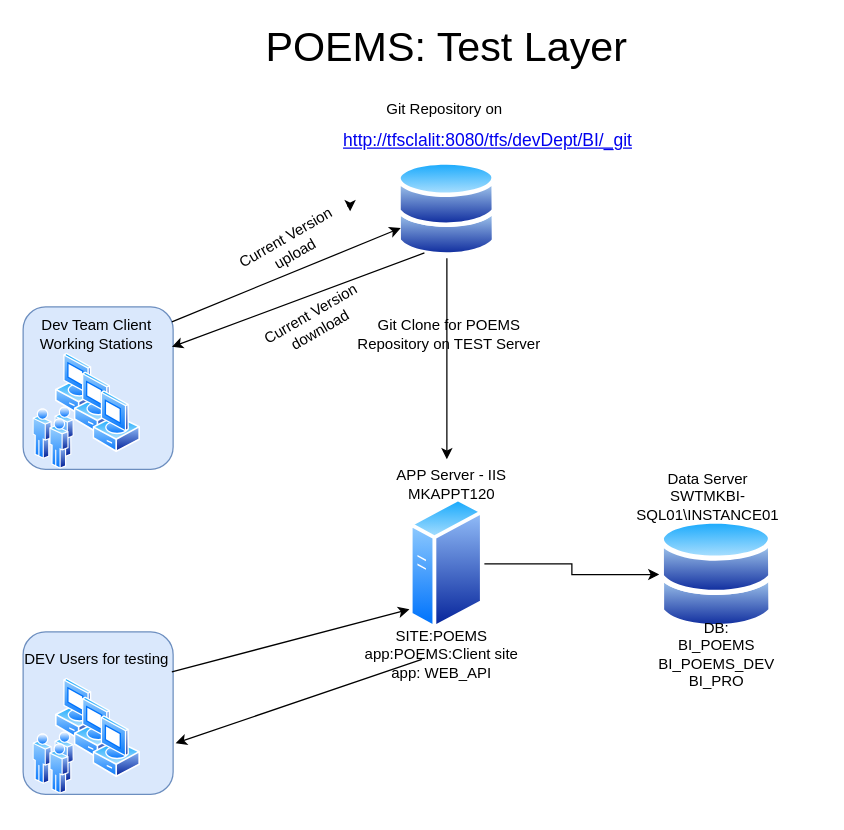
itaybaran/drawing keeps this draw.io diagram as poems_test.drawio. Above is the earlier version. Source tidied: cells renumbered, new cells numbered last; positions are measured from the earlier drawing's top-left corner, leaving out a move shared by most shapes. Both pictures are drawn from the tidied source at 125%, with x=0, y=0 at pixel (21, 34).
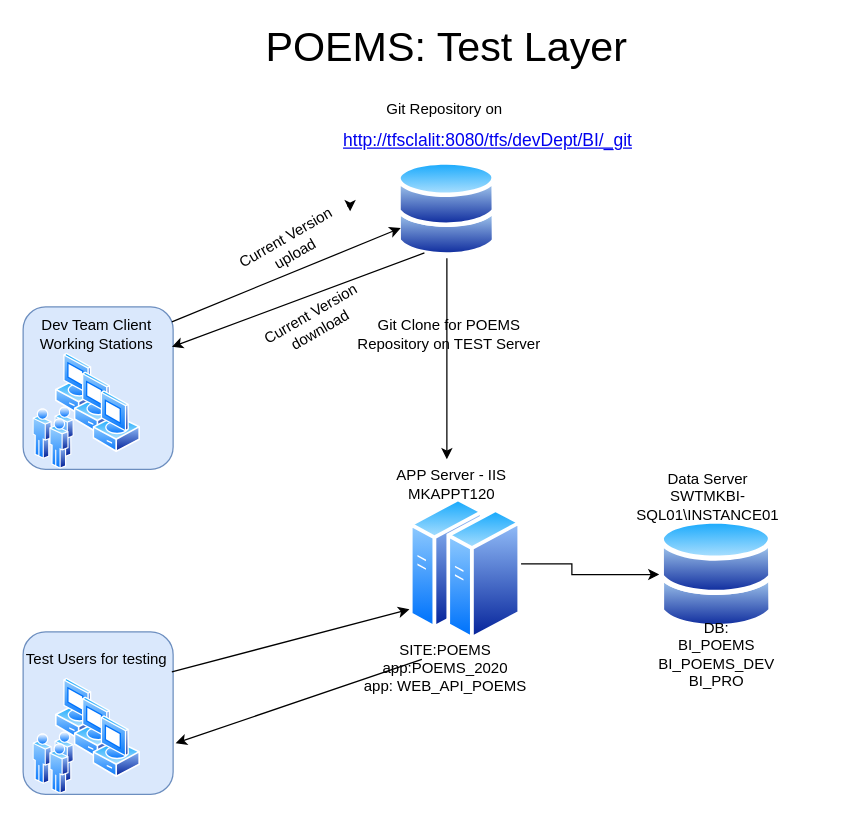
After the change.

The change refers to these unchanged cells:
```xml
<mxCell id="22" style="group;" parent="1" vertex="1">
  <mxGeometry y="490" width="121" height="130" as="geometry" />
</mxCell>
```

Change to the diagram source:
```diff
@@
-    <mxCell id="20" value="APP Server - IIS&lt;br&gt;MKAPPT120" style="text;html=1;strokeColor=none;fillColor=none;align=center;verticalAlign=middle;whiteSpace=wrap;rounded=0;" parent="1" vertex="1">
-      <mxGeometry x="259" y="350" width="170" height="20" as="geometry" />
-    </mxCell>
-    <mxCell id="21" value="SITE:POEMS&lt;br&gt;app:POEMS:Client site&lt;br&gt;app: WEB_API" style="text;html=1;strokeColor=none;fillColor=none;align=center;verticalAlign=middle;whiteSpace=wrap;rounded=0;" parent="1" vertex="1">
-      <mxGeometry x="251" y="486.1" width="170" height="20" as="geometry" />
-    </mxCell>
@@
-    <mxCell id="29" value="DEV Users for testing" style="text;html=1;strokeColor=none;fillColor=none;align=center;verticalAlign=middle;whiteSpace=wrap;rounded=0;" parent="22" vertex="1">
+    <mxCell id="29" value="Test Users for testing" style="text;html=1;strokeColor=none;fillColor=none;align=center;verticalAlign=middle;whiteSpace=wrap;rounded=0;" parent="22" vertex="1">
       <mxGeometry width="120" height="20" as="geometry" />
     </mxCell>
@@
+    <mxCell id="38" style="perimeter=ellipsePerimeter;html=1;align=center;shadow=0;dashed=0;spacingTop=3;image;image=img/lib/active_directory/generic_server.svg;" parent="1" vertex="1">
+      <mxGeometry x="340" y="378.6" width="60" height="107.1" as="geometry" />
+    </mxCell>
+    <mxCell id="20" value="APP Server - IIS&lt;br&gt;MKAPPT120" style="text;html=1;strokeColor=none;fillColor=none;align=center;verticalAlign=middle;whiteSpace=wrap;rounded=0;" parent="1" vertex="1">
+      <mxGeometry x="259" y="350" width="170" height="20" as="geometry" />
+    </mxCell>
+    <mxCell id="39" value="SITE:POEMS&lt;br&gt;app:POEMS_2020&lt;br&gt;app: WEB_API_POEMS" style="text;html=1;strokeColor=none;fillColor=none;align=center;verticalAlign=middle;whiteSpace=wrap;rounded=0;" parent="1" vertex="1">
+      <mxGeometry x="254" y="497.1" width="170" height="20" as="geometry" />
+    </mxCell>
```
